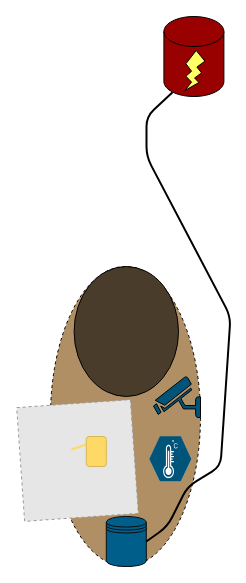
The draw.io diagram Utils/Drawio/Animación Hito 1 Nido/Nido6.drawio in tlondero/Dise-o, before the edit. Source tidied: cells renumbered, new cells numbered last; positions are measured from the earlier drawing's top-left corner, leaving out a move shared by most shapes. Both pictures are drawn from the tidied source at 100%, with x=0, y=0 at pixel (20, 16). Pictures stored in the file or linked from it are replaced by grey dashed boxes.
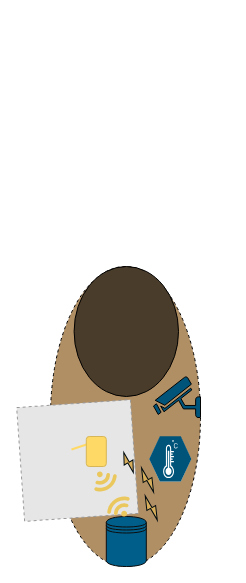
After the change.

The edit, as a diff of the source:
```diff
@@
 <mxGraphModel>
   <root>
     <mxCell id="0" />
     <mxCell id="1" parent="0" />
-    <mxCell id="2" style="shape=cylinder3;whiteSpace=wrap;html=1;boundedLbl=1;backgroundOutline=1;size=15;fillColor=#990000;" parent="1" vertex="1">
-      <mxGeometry x="143.4" width="60" height="80" as="geometry" />
-    </mxCell>
     <mxCell id="3" style="ellipse;whiteSpace=wrap;html=1;direction=south;rotation=0;dashed=1;fillColor=#B08F65;perimeterSpacing=2;" parent="1" vertex="1">
       <mxGeometry x="30" y="250" width="150" height="300" as="geometry" />
     </mxCell>
-    <mxCell id="4" style="verticalLabelPosition=bottom;verticalAlign=top;html=1;shape=mxgraph.basic.flash;fillColor=#FFFF66;" parent="1" vertex="1">
-      <mxGeometry x="164.4" y="34" width="20" height="40" as="geometry" />
-    </mxCell>
     <mxCell id="5" style="shape=datastore;whiteSpace=wrap;html=1;strokeColor=#0D0D0D;fillColor=#005F8A;" parent="1" vertex="1">
       <mxGeometry x="85.8" y="500" width="40" height="50" as="geometry" />
     </mxCell>
     <mxCell id="6" style="ellipse;whiteSpace=wrap;html=1;fillColor=#4A3C2A;" parent="1" vertex="1">
       <mxGeometry x="53.6" y="250" width="104.4" height="130" as="geometry" />
     </mxCell>
-    <mxCell id="7" style="endArrow=none;html=1;fillColor=#005073;exitX=1;exitY=0.5;exitDx=0;exitDy=0;entryX=0.145;entryY=1;entryDx=0;entryDy=-4.35;entryPerimeter=0;strokeWidth=2;" parent="1" edge="1" source="5" target="2">
-      <mxGeometry relative="1" as="geometry">
-        <Array as="points">
-          <mxPoint x="147" y="510" />
-          <mxPoint x="167" y="470" />
-          <mxPoint x="200" y="450" />
-          <mxPoint x="210" y="300" />
-          <mxPoint x="126" y="140" />
-          <mxPoint x="126" y="100" />
-        </Array>
-      </mxGeometry>
-    </mxCell>
-    <mxCell id="8" style="fillColor=#E6E6E6;strokeColor=#999999;dashed=1;verticalLabelPosition=bottom;labelBackgroundColor=#ffffff;verticalAlign=top;rotation=356;" parent="1" vertex="1">
-      <mxGeometry y="387" width="114" height="114" as="geometry" />
-    </mxCell>
-    <mxCell id="9" style="endArrow=none;html=1;fillColor=#005073;strokeColor=#FFD966;strokeWidth=2;" parent="1" edge="1">
-      <mxGeometry relative="1" as="geometry">
-        <mxPoint x="81" y="423" as="sourcePoint" />
-        <mxPoint x="51" y="433" as="targetPoint" />
-      </mxGeometry>
-    </mxCell>
-    <mxCell id="10" style="rounded=1;whiteSpace=wrap;html=1;strokeColor=#d6b656;fillColor=#FFD966;" parent="1" vertex="1">
-      <mxGeometry x="65.8" y="420" width="20" height="30" as="geometry" />
-    </mxCell>
     <mxCell id="11" style="verticalLabelPosition=bottom;html=1;strokeColor=#ffffff;verticalAlign=top;align=center;shape=mxgraph.cisco_safe.compositeIcon;bgIcon=mxgraph.cisco_safe.design.blank_device;resIcon=mxgraph.cisco_safe.design.sensor;gradientColor=#ffffff;fillColor=#00547A;" parent="1" vertex="1">
       <mxGeometry x="128.8" y="420" width="42" height="45" as="geometry" />
     </mxCell>
     <mxCell id="12" style="fontColor=#0066CC;verticalAlign=top;verticalLabelPosition=bottom;labelPosition=center;align=center;html=1;gradientColor=none;gradientDirection=north;strokeWidth=2;shape=mxgraph.networks.security_camera;fillColor=#00547A;flipH=1;" parent="1" vertex="1">
       <mxGeometry x="133" y="360" width="47" height="41" as="geometry" />
     </mxCell>
+    <mxCell id="8" style="fillColor=#E6E6E6;strokeColor=#999999;dashed=1;verticalLabelPosition=bottom;labelBackgroundColor=#ffffff;verticalAlign=top;rotation=356;" parent="1" vertex="1">
+      <mxGeometry y="387" width="114" height="114" as="geometry" />
+    </mxCell>
+    <mxCell id="13" style="verticalLabelPosition=bottom;html=1;verticalAlign=top;align=center;shape=mxgraph.cisco19.3g_4g_indicator;strokeColor=none;rotation=100;fillColor=#EBC85E;" parent="1" vertex="1">
+      <mxGeometry x="75" y="456" width="20" height="20" as="geometry" />
+    </mxCell>
+    <mxCell id="14" style="endArrow=none;html=1;fillColor=#005073;strokeColor=#FFD966;strokeWidth=2;" parent="1" edge="1">
+      <mxGeometry relative="1" as="geometry">
+        <mxPoint x="81" y="423" as="sourcePoint" />
+        <mxPoint x="51" y="433" as="targetPoint" />
+      </mxGeometry>
+    </mxCell>
+    <mxCell id="10" style="rounded=1;whiteSpace=wrap;html=1;strokeColor=#d6b656;fillColor=#FFD966;" parent="1" vertex="1">
+      <mxGeometry x="65.8" y="420" width="20" height="30" as="geometry" />
+    </mxCell>
+    <mxCell id="15" style="verticalLabelPosition=bottom;html=1;verticalAlign=top;align=center;shape=mxgraph.cisco19.3g_4g_indicator;strokeColor=none;rotation=-80;fillColor=#EBC85E;" parent="1" vertex="1">
+      <mxGeometry x="88" y="479" width="20" height="20" as="geometry" />
+    </mxCell>
+    <mxCell id="16" style="html=1;verticalLabelPosition=bottom;align=center;labelBackgroundColor=#ffffff;verticalAlign=top;strokeWidth=1;shadow=0;dashed=0;shape=mxgraph.ios7.icons.flash;gradientColor=none;strokeColor=#000B0F;fillColor=#D6AD5A;rotation=-30;" parent="1" vertex="1">
+      <mxGeometry x="103" y="435" width="10.1" height="22" as="geometry" />
+    </mxCell>
+    <mxCell id="17" style="html=1;verticalLabelPosition=bottom;align=center;labelBackgroundColor=#ffffff;verticalAlign=top;strokeWidth=1;shadow=0;dashed=0;shape=mxgraph.ios7.icons.flash;gradientColor=none;strokeColor=#000B0F;fillColor=#D6AD5A;rotation=-30;" parent="1" vertex="1">
+      <mxGeometry x="122" y="450" width="10.1" height="27" as="geometry" />
+    </mxCell>
+    <mxCell id="18" style="html=1;verticalLabelPosition=bottom;align=center;labelBackgroundColor=#ffffff;verticalAlign=top;strokeWidth=1;shadow=0;dashed=0;shape=mxgraph.ios7.icons.flash;gradientColor=none;strokeColor=#000B0F;fillColor=#D6AD5A;rotation=-30;" parent="1" vertex="1">
+      <mxGeometry x="125.7" y="478" width="10.1" height="27" as="geometry" />
+    </mxCell>
   </root>
 </mxGraphModel>
```
